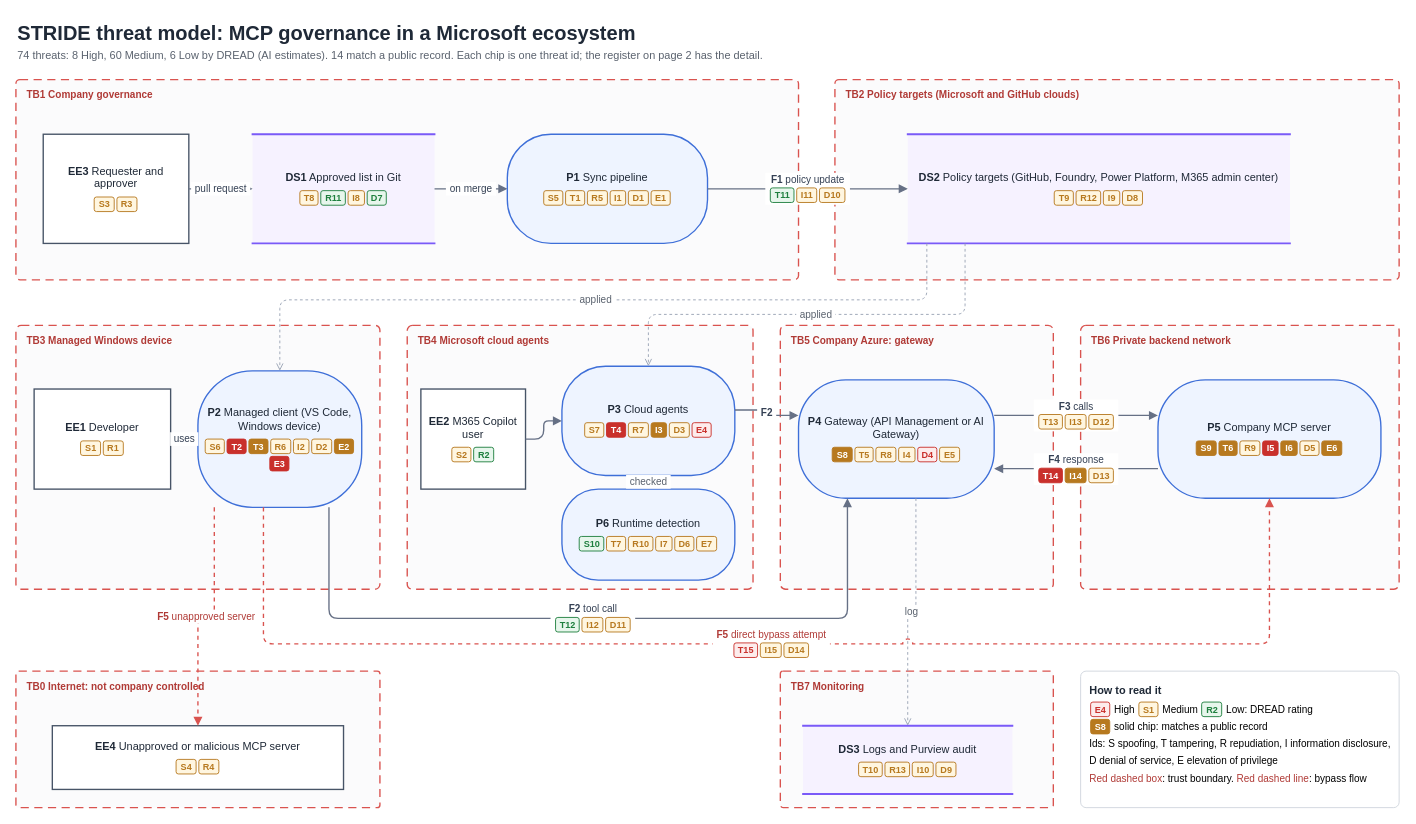
Before: page "1 DFD and trust boundaries" (1 of 3) of mcp-governance-stride.drawio in kimsyversen/kimsyversen.github.io, a draw.io diagram. Source tidied: cells renumbered, new cells numbered last; positions are measured from the earlier drawing's top-left corner, leaving out a move shared by most shapes. Both pictures are drawn from the tidied source at 91%, with x=0, y=0 at pixel (15, 15).
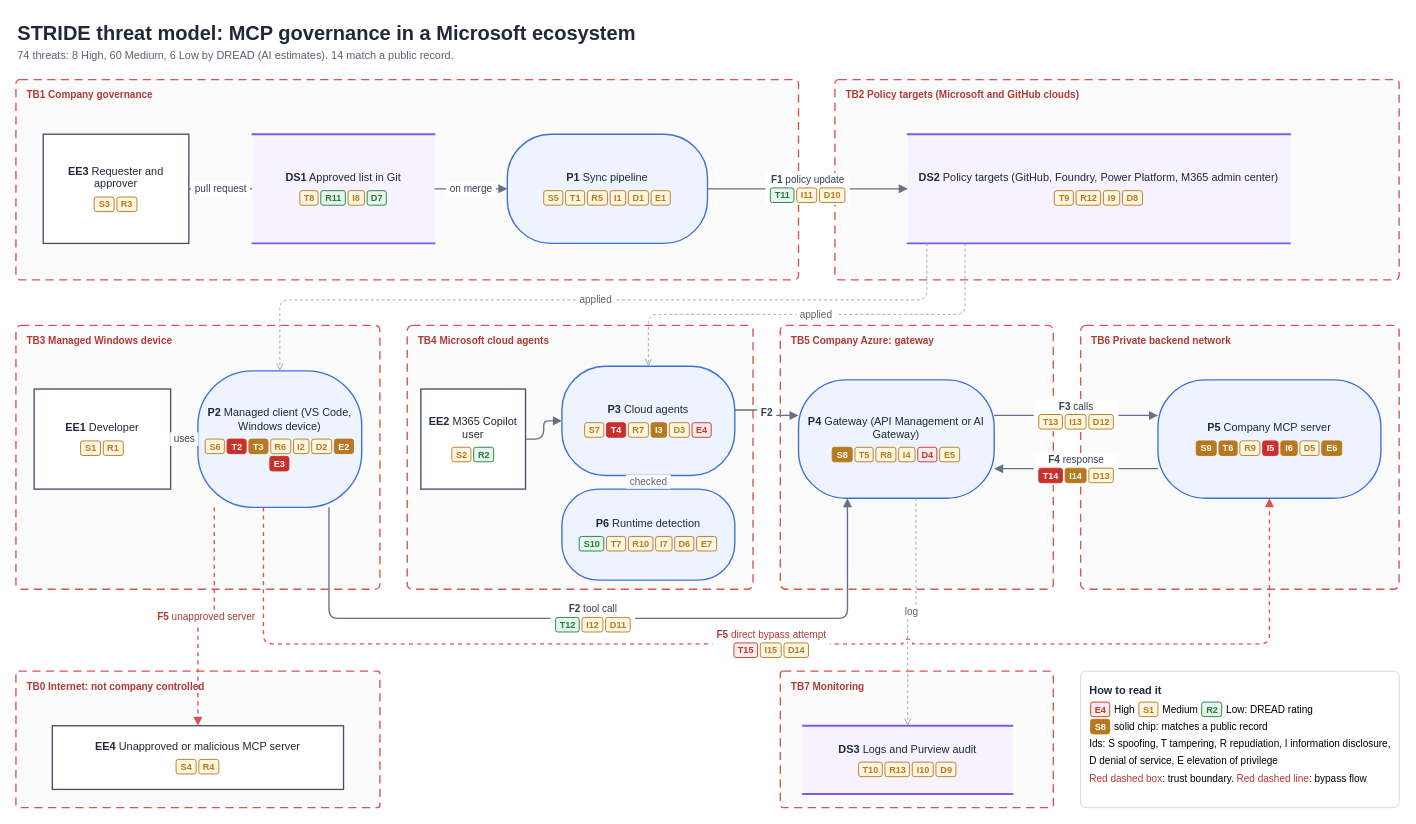
The same page after the edit.

Commit message (it also covers changes not shown here):
chore: update MCP governance STRIDE page, exports and AGENTS.md

Change to the diagram source:
```diff
@@
-    <mxCell id="3" value="74 threats: 8 High, 60 Medium, 6 Low by DREAD (AI estimates). 14 match a public record. Each chip is one threat id; the register on page 2 has the detail." style="text;fontSize=12;align=left;fontColor=#5A626E;html=1;" parent="1" vertex="1">
+    <mxCell id="3" value="74 threats: 8 High, 60 Medium, 6 Low by DREAD (AI estimates). 14 match a public record." style="text;fontSize=12;align=left;fontColor=#5A626E;html=1;" parent="1" vertex="1">
       <mxGeometry y="30" width="1300" height="22" as="geometry" />
     </mxCell>
```
